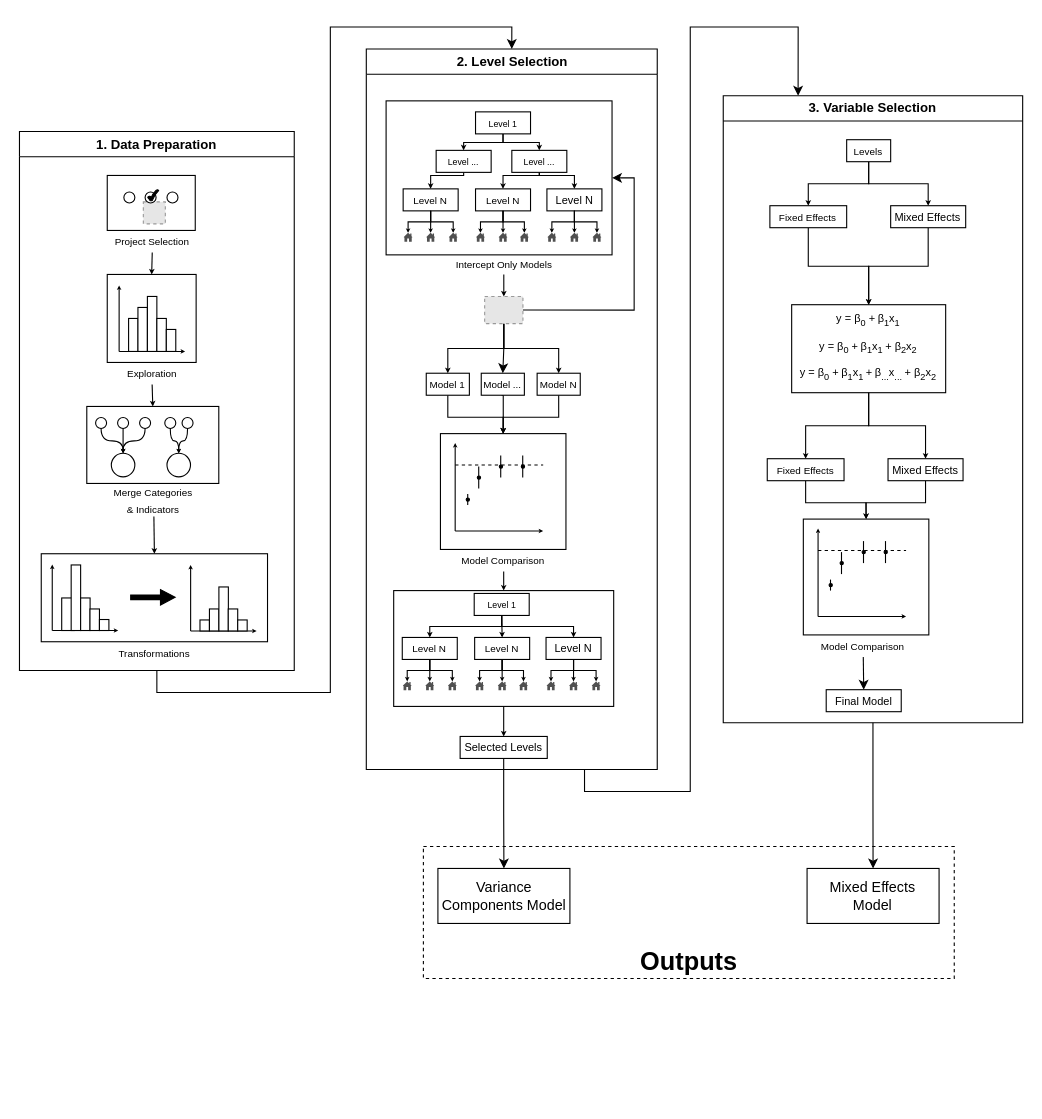
The draw.io diagram diagrams/analysis-diagram.drawio in l-gorman/chapter-6-analysis, before the edit. Source tidied: cells renumbered, new cells numbered last; positions are measured from the earlier drawing's top-left corner, leaving out a move shared by most shapes. Both pictures are drawn from the tidied source at 110%, with x=0, y=0 at pixel (19, 48). Pictures stored in the file or linked from it are replaced by grey dashed boxes.
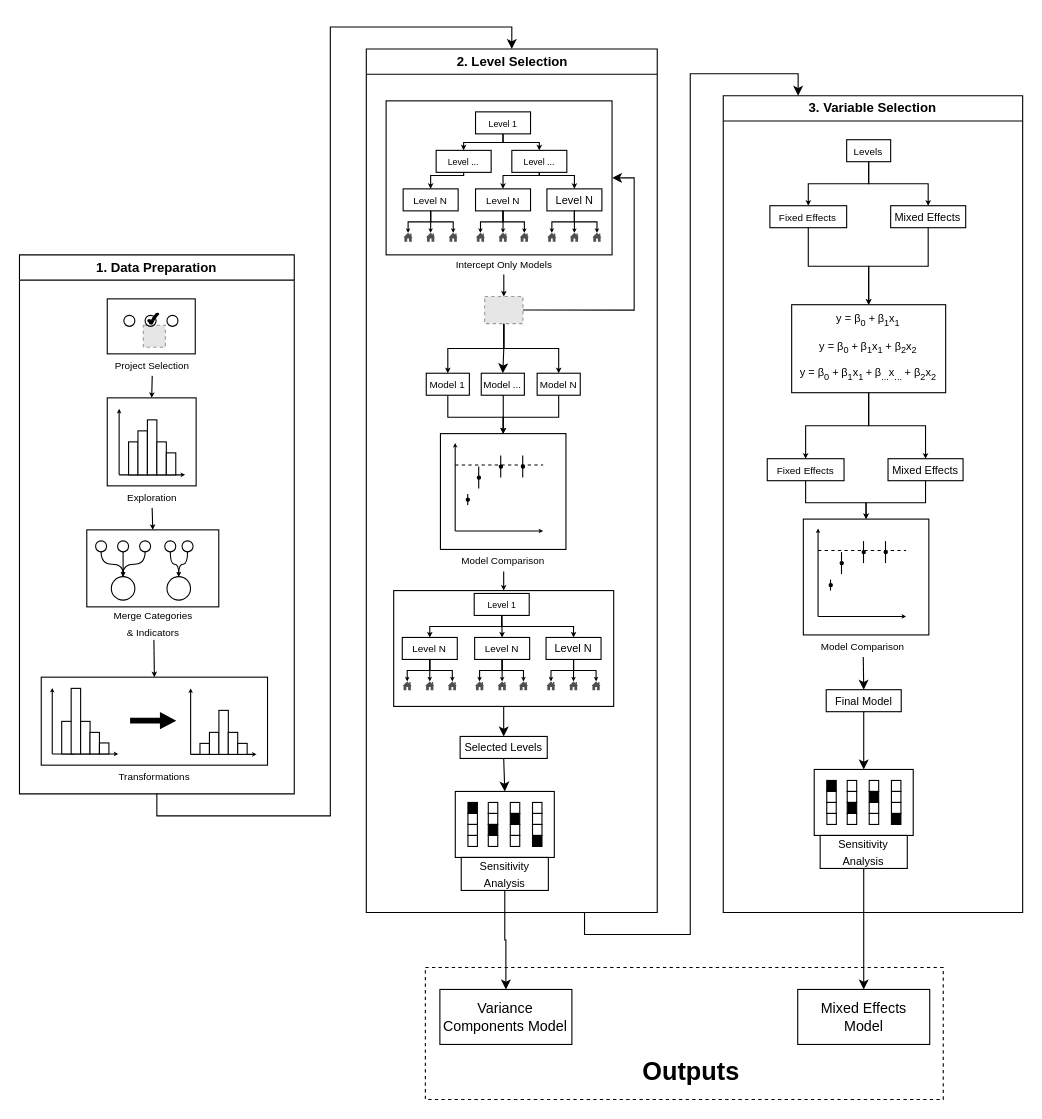
Above is the later version.

Commit message (it also covers changes not shown here):
adding initial sensitivity analysis

Unchanged cells that the change refers to:
```xml
<mxCell id="153" value="&lt;font size=&quot;1&quot;&gt;Selected Levels&lt;/font&gt;" style="rounded=0;whiteSpace=wrap;html=1;" parent="152" vertex="1">
  <mxGeometry x="85.3" y="625" width="79.2" height="20" as="geometry" />
</mxCell>
<mxCell id="155" style="rounded=0;whiteSpace=wrap;html=1;fillColor=none;" parent="152" vertex="1">
  <mxGeometry x="24.9" y="492.4" width="200" height="105.3" as="geometry" />
</mxCell>
<mxCell id="162" value="&lt;font size=&quot;1&quot;&gt;Final Model&lt;/font&gt;" style="rounded=0;whiteSpace=wrap;html=1;" parent="157" vertex="1">
  <mxGeometry x="93.6" y="540" width="68.2" height="20" as="geometry" />
</mxCell>
```

Change to the diagram source:
```diff
@@
     <mxCell id="2" style="rounded=0;whiteSpace=wrap;html=1;dashed=1;" parent="1" vertex="1">
-      <mxGeometry x="367.4" y="725" width="482.6" height="120" as="geometry" />
+      <mxGeometry x="369.2" y="835" width="470.8" height="120" as="geometry" />
     </mxCell>
@@
     <mxCell id="4" style="rounded=0;whiteSpace=wrap;html=1;fillColor=none;" parent="1" vertex="1">
-      <mxGeometry x="61.4" y="325" width="120" height="70" as="geometry" />
+      <mxGeometry x="61.4" y="437.2" width="120" height="70" as="geometry" />
     </mxCell>
     <mxCell id="5" style="rounded=0;whiteSpace=wrap;html=1;fillColor=none;" parent="1" vertex="1">
-      <mxGeometry x="80" y="205" width="80.8" height="80" as="geometry" />
+      <mxGeometry x="80" y="317.2" width="80.8" height="80" as="geometry" />
     </mxCell>
     <mxCell id="6" style="group;" parent="1" vertex="1">
-      <mxGeometry x="90.8" y="215" width="60" height="60" as="geometry" />
+      <mxGeometry x="90.8" y="327.2" width="60" height="60" as="geometry" />
     </mxCell>
@@
     <mxCell id="15" value="&lt;font style=&quot;font-size: 9px;&quot;&gt;Exploration&lt;/font&gt;" style="text;html=1;strokeColor=none;fillColor=none;align=center;verticalAlign=middle;whiteSpace=wrap;rounded=0;" parent="1" vertex="1">
-      <mxGeometry x="70.8" y="285" width="100" height="20" as="geometry" />
+      <mxGeometry x="70.8" y="397.2" width="100" height="20" as="geometry" />
     </mxCell>
     <mxCell id="16" style="ellipse;whiteSpace=wrap;html=1;" parent="1" vertex="1">
-      <mxGeometry x="148" y="335" width="10" height="10" as="geometry" />
+      <mxGeometry x="148" y="447.2" width="10" height="10" as="geometry" />
     </mxCell>
     <mxCell id="17" style="ellipse;whiteSpace=wrap;html=1;" parent="1" vertex="1">
-      <mxGeometry x="132.3" y="335" width="10" height="10" as="geometry" />
+      <mxGeometry x="132.3" y="447.2" width="10" height="10" as="geometry" />
     </mxCell>
     <mxCell id="18" style="ellipse;whiteSpace=wrap;html=1;" parent="1" vertex="1">
-      <mxGeometry x="109.4" y="335" width="10" height="10" as="geometry" />
+      <mxGeometry x="109.4" y="447.2" width="10" height="10" as="geometry" />
     </mxCell>
     <mxCell id="19" style="ellipse;whiteSpace=wrap;html=1;" parent="1" vertex="1">
-      <mxGeometry x="134.3" y="367.6" width="21.4" height="21.4" as="geometry" />
+      <mxGeometry x="134.3" y="479.7" width="21.4" height="21.4" as="geometry" />
     </mxCell>
     <mxCell id="20" style="ellipse;whiteSpace=wrap;html=1;" parent="1" vertex="1">
-      <mxGeometry x="83.7" y="367.6" width="21.4" height="21.4" as="geometry" />
+      <mxGeometry x="83.7" y="479.7" width="21.4" height="21.4" as="geometry" />
     </mxCell>
     <mxCell id="21" style="ellipse;whiteSpace=wrap;html=1;" parent="1" vertex="1">
-      <mxGeometry x="89.4" y="335" width="10" height="10" as="geometry" />
+      <mxGeometry x="89.4" y="447.2" width="10" height="10" as="geometry" />
     </mxCell>
     <mxCell id="22" style="ellipse;whiteSpace=wrap;html=1;" parent="1" vertex="1">
-      <mxGeometry x="69.4" y="335" width="10" height="10" as="geometry" />
+      <mxGeometry x="69.4" y="447.2" width="10" height="10" as="geometry" />
     </mxCell>
@@
     <mxCell id="29" value="&lt;font style=&quot;font-size: 9px;&quot;&gt;Merge Categories&lt;br&gt;&amp;amp; Indicators&lt;br&gt;&lt;/font&gt;" style="text;html=1;strokeColor=none;fillColor=none;align=center;verticalAlign=middle;whiteSpace=wrap;rounded=0;" parent="1" vertex="1">
-      <mxGeometry x="72.4" y="395" width="100" height="30" as="geometry" />
+      <mxGeometry x="72.4" y="507.2" width="100" height="30" as="geometry" />
     </mxCell>
     <mxCell id="30" style="rounded=0;whiteSpace=wrap;html=1;fillColor=none;" parent="1" vertex="1">
-      <mxGeometry x="80" y="115" width="80" height="50" as="geometry" />
+      <mxGeometry x="80" y="227.2" width="80" height="50" as="geometry" />
     </mxCell>
     <mxCell id="31" style="ellipse;whiteSpace=wrap;html=1;" parent="1" vertex="1">
-      <mxGeometry x="134.3" y="130" width="10" height="10" as="geometry" />
+      <mxGeometry x="134.3" y="242.2" width="10" height="10" as="geometry" />
     </mxCell>
     <mxCell id="32" style="ellipse;whiteSpace=wrap;html=1;" parent="1" vertex="1">
-      <mxGeometry x="95.1" y="130" width="10" height="10" as="geometry" />
+      <mxGeometry x="95.1" y="242.2" width="10" height="10" as="geometry" />
     </mxCell>
     <mxCell id="33" style="fillColor=#E6E6E6;strokeColor=#999999;dashed=1;html=1;verticalAlign=top;verticalLabelPosition=bottom;labelBackgroundColor=#ffffff;" parent="1" vertex="1">
-      <mxGeometry x="112.8" y="139" width="20" height="20" as="geometry" />
+      <mxGeometry x="112.8" y="251.2" width="20" height="20" as="geometry" />
     </mxCell>
@@
     <mxCell id="35" value="&lt;font style=&quot;font-size: 9px;&quot;&gt;Project Selection&lt;/font&gt;" style="text;html=1;strokeColor=none;fillColor=none;align=center;verticalAlign=middle;whiteSpace=wrap;rounded=0;" parent="1" vertex="1">
-      <mxGeometry x="70.9" y="165" width="100" height="20" as="geometry" />
+      <mxGeometry x="70.9" y="277.2" width="100" height="20" as="geometry" />
     </mxCell>
     <mxCell id="36" style="ellipse;whiteSpace=wrap;html=1;" parent="1" vertex="1">
-      <mxGeometry x="114.4" y="130" width="10" height="10" as="geometry" />
+      <mxGeometry x="114.4" y="242.2" width="10" height="10" as="geometry" />
     </mxCell>
     <mxCell id="37" style="verticalLabelPosition=bottom;verticalAlign=top;html=1;shape=mxgraph.basic.tick;fillColor=#000000;" parent="1" vertex="1">
-      <mxGeometry x="116.8" y="128" width="10" height="10" as="geometry" />
+      <mxGeometry x="116.8" y="240.2" width="10" height="10" as="geometry" />
     </mxCell>
@@
     <mxCell id="133" value="1. Data Preparation" style="swimlane;whiteSpace=wrap;html=1;" parent="1" vertex="1">
-      <mxGeometry x="0.2" y="75" width="249.8" height="490" as="geometry" />
+      <mxGeometry x="0.2" y="187.2" width="249.8" height="490" as="geometry" />
     </mxCell>
@@
     <mxCell id="152" value="2. Level Selection" style="swimlane;whiteSpace=wrap;html=1;" parent="1" vertex="1">
-      <mxGeometry x="315.5" width="264.5" height="655" as="geometry" />
+      <mxGeometry x="315.5" width="264.5" height="785" as="geometry" />
     </mxCell>
+    <mxCell id="181" style="edgeStyle=orthogonalEdgeStyle;rounded=0;jettySize=auto;html=1;endArrow=none;endFill=0;startArrow=classic;startFill=1;" parent="152" edge="1" source="153" target="155">
+      <mxGeometry relative="1" as="geometry" />
+    </mxCell>
+    <mxCell id="182" style="edgeStyle=orthogonalEdgeStyle;rounded=0;jettySize=auto;html=1;exitX=0.5;exitY=1;exitDx=0;exitDy=0;entryX=0.5;entryY=0;entryDx=0;entryDy=0;" parent="152" edge="1" source="153" target="183">
+      <mxGeometry relative="1" as="geometry" />
+    </mxCell>
@@
-    <mxCell id="154" style="edgeStyle=orthogonalEdgeStyle;rounded=0;jettySize=auto;html=1;exitX=0.5;exitY=1;exitDx=0;exitDy=0;entryX=0.5;entryY=0;entryDx=0;entryDy=0;endSize=2;" parent="152" edge="1" source="155" target="153">
-      <mxGeometry relative="1" as="geometry" />
-    </mxCell>
@@
-    <mxCell id="156" style="edgeStyle=orthogonalEdgeStyle;rounded=0;jettySize=auto;html=1;exitX=0.5;exitY=1;exitDx=0;exitDy=0;entryX=0.5;entryY=0;entryDx=0;entryDy=0;" parent="1" edge="1" source="157" target="179">
-      <mxGeometry relative="1" as="geometry" />
-    </mxCell>
+    <mxCell id="183" style="rounded=0;whiteSpace=wrap;html=1;" parent="152" vertex="1">
+      <mxGeometry x="80.9" y="675" width="90" height="60" as="geometry" />
+    </mxCell>
+    <mxCell id="184" style="rounded=0;whiteSpace=wrap;html=1;fillColor=#000000;" parent="152" vertex="1">
+      <mxGeometry x="92.4" y="685" width="8.6" height="10" as="geometry" />
+    </mxCell>
+    <mxCell id="185" style="rounded=0;whiteSpace=wrap;html=1;" parent="152" vertex="1">
+      <mxGeometry x="92.4" y="695" width="8.6" height="10" as="geometry" />
+    </mxCell>
+    <mxCell id="186" style="rounded=0;whiteSpace=wrap;html=1;" parent="152" vertex="1">
+      <mxGeometry x="92.4" y="705" width="8.6" height="10" as="geometry" />
+    </mxCell>
+    <mxCell id="187" style="rounded=0;whiteSpace=wrap;html=1;" parent="152" vertex="1">
+      <mxGeometry x="92.4" y="715" width="8.6" height="10" as="geometry" />
+    </mxCell>
+    <mxCell id="188" style="rounded=0;whiteSpace=wrap;html=1;" parent="152" vertex="1">
+      <mxGeometry x="110.9" y="685" width="8.6" height="10" as="geometry" />
+    </mxCell>
+    <mxCell id="189" style="rounded=0;whiteSpace=wrap;html=1;" parent="152" vertex="1">
+      <mxGeometry x="110.9" y="695" width="8.6" height="10" as="geometry" />
+    </mxCell>
+    <mxCell id="190" style="rounded=0;whiteSpace=wrap;html=1;fillColor=#000000;" parent="152" vertex="1">
+      <mxGeometry x="110.9" y="705" width="8.6" height="10" as="geometry" />
+    </mxCell>
+    <mxCell id="191" style="rounded=0;whiteSpace=wrap;html=1;" parent="152" vertex="1">
+      <mxGeometry x="110.9" y="715" width="8.6" height="10" as="geometry" />
+    </mxCell>
+    <mxCell id="192" style="rounded=0;whiteSpace=wrap;html=1;" parent="152" vertex="1">
+      <mxGeometry x="130.9" y="685" width="8.6" height="10" as="geometry" />
+    </mxCell>
+    <mxCell id="193" style="rounded=0;whiteSpace=wrap;html=1;fillColor=#000000;" parent="152" vertex="1">
+      <mxGeometry x="130.9" y="695" width="8.6" height="10" as="geometry" />
+    </mxCell>
+    <mxCell id="194" style="rounded=0;whiteSpace=wrap;html=1;" parent="152" vertex="1">
+      <mxGeometry x="130.9" y="705" width="8.6" height="10" as="geometry" />
+    </mxCell>
+    <mxCell id="195" style="rounded=0;whiteSpace=wrap;html=1;" parent="152" vertex="1">
+      <mxGeometry x="130.9" y="715" width="8.6" height="10" as="geometry" />
+    </mxCell>
+    <mxCell id="196" style="rounded=0;whiteSpace=wrap;html=1;" parent="152" vertex="1">
+      <mxGeometry x="151.1" y="685" width="8.6" height="10" as="geometry" />
+    </mxCell>
+    <mxCell id="197" style="rounded=0;whiteSpace=wrap;html=1;" parent="152" vertex="1">
+      <mxGeometry x="151.1" y="695" width="8.6" height="10" as="geometry" />
+    </mxCell>
+    <mxCell id="198" style="rounded=0;whiteSpace=wrap;html=1;" parent="152" vertex="1">
+      <mxGeometry x="151.1" y="705" width="8.6" height="10" as="geometry" />
+    </mxCell>
+    <mxCell id="199" style="rounded=0;whiteSpace=wrap;html=1;fillColor=#000000;" parent="152" vertex="1">
+      <mxGeometry x="151.1" y="715" width="8.6" height="10" as="geometry" />
+    </mxCell>
+    <mxCell id="200" value="&lt;font size=&quot;1&quot;&gt;Sensitivity Analysis&lt;/font&gt;" style="rounded=0;whiteSpace=wrap;html=1;" parent="152" vertex="1">
+      <mxGeometry x="86.3" y="735" width="79.2" height="30" as="geometry" />
+    </mxCell>
     <mxCell id="157" value="3. Variable Selection" style="swimlane;whiteSpace=wrap;html=1;" parent="1" vertex="1">
-      <mxGeometry x="640" y="42.5" width="272.2" height="570" as="geometry" />
+      <mxGeometry x="640" y="42.5" width="272.2" height="742.5" as="geometry" />
     </mxCell>
@@
+    <mxCell id="201" style="edgeStyle=orthogonalEdgeStyle;rounded=0;jettySize=auto;html=1;exitX=0.5;exitY=1;exitDx=0;exitDy=0;entryX=0.5;entryY=0;entryDx=0;entryDy=0;" parent="157" edge="1" source="162" target="202">
+      <mxGeometry relative="1" as="geometry" />
+    </mxCell>
@@
+    <mxCell id="202" style="rounded=0;whiteSpace=wrap;html=1;" parent="157" vertex="1">
+      <mxGeometry x="82.7" y="612.5" width="90" height="60" as="geometry" />
+    </mxCell>
+    <mxCell id="203" style="rounded=0;whiteSpace=wrap;html=1;fillColor=#000000;" parent="157" vertex="1">
+      <mxGeometry x="94.1" y="622.5" width="8.6" height="10" as="geometry" />
+    </mxCell>
+    <mxCell id="204" style="rounded=0;whiteSpace=wrap;html=1;" parent="157" vertex="1">
+      <mxGeometry x="94.1" y="632.5" width="8.6" height="10" as="geometry" />
+    </mxCell>
+    <mxCell id="205" style="rounded=0;whiteSpace=wrap;html=1;" parent="157" vertex="1">
+      <mxGeometry x="94.1" y="642.5" width="8.6" height="10" as="geometry" />
+    </mxCell>
+    <mxCell id="206" style="rounded=0;whiteSpace=wrap;html=1;" parent="157" vertex="1">
+      <mxGeometry x="94.2" y="652.5" width="8.6" height="10" as="geometry" />
+    </mxCell>
+    <mxCell id="207" style="rounded=0;whiteSpace=wrap;html=1;" parent="157" vertex="1">
+      <mxGeometry x="112.7" y="622.5" width="8.6" height="10" as="geometry" />
+    </mxCell>
+    <mxCell id="208" style="rounded=0;whiteSpace=wrap;html=1;" parent="157" vertex="1">
+      <mxGeometry x="112.7" y="632.5" width="8.6" height="10" as="geometry" />
+    </mxCell>
+    <mxCell id="209" style="rounded=0;whiteSpace=wrap;html=1;fillColor=#000000;" parent="157" vertex="1">
+      <mxGeometry x="112.7" y="642.5" width="8.6" height="10" as="geometry" />
+    </mxCell>
+    <mxCell id="210" style="rounded=0;whiteSpace=wrap;html=1;" parent="157" vertex="1">
+      <mxGeometry x="112.7" y="652.5" width="8.6" height="10" as="geometry" />
+    </mxCell>
+    <mxCell id="211" style="rounded=0;whiteSpace=wrap;html=1;" parent="157" vertex="1">
+      <mxGeometry x="132.7" y="622.5" width="8.6" height="10" as="geometry" />
+    </mxCell>
+    <mxCell id="212" style="rounded=0;whiteSpace=wrap;html=1;fillColor=#000000;" parent="157" vertex="1">
+      <mxGeometry x="132.7" y="632.5" width="8.6" height="10" as="geometry" />
+    </mxCell>
+    <mxCell id="213" style="rounded=0;whiteSpace=wrap;html=1;" parent="157" vertex="1">
+      <mxGeometry x="132.7" y="642.5" width="8.6" height="10" as="geometry" />
+    </mxCell>
+    <mxCell id="214" style="rounded=0;whiteSpace=wrap;html=1;" parent="157" vertex="1">
+      <mxGeometry x="132.7" y="652.5" width="8.6" height="10" as="geometry" />
+    </mxCell>
+    <mxCell id="215" style="rounded=0;whiteSpace=wrap;html=1;" parent="157" vertex="1">
+      <mxGeometry x="152.9" y="622.5" width="8.6" height="10" as="geometry" />
+    </mxCell>
+    <mxCell id="216" style="rounded=0;whiteSpace=wrap;html=1;" parent="157" vertex="1">
+      <mxGeometry x="152.9" y="632.5" width="8.6" height="10" as="geometry" />
+    </mxCell>
+    <mxCell id="217" style="rounded=0;whiteSpace=wrap;html=1;" parent="157" vertex="1">
+      <mxGeometry x="152.9" y="642.5" width="8.6" height="10" as="geometry" />
+    </mxCell>
+    <mxCell id="218" style="rounded=0;whiteSpace=wrap;html=1;fillColor=#000000;" parent="157" vertex="1">
+      <mxGeometry x="152.9" y="652.5" width="8.6" height="10" as="geometry" />
+    </mxCell>
+    <mxCell id="219" value="&lt;font size=&quot;1&quot;&gt;Sensitivity Analysis&lt;/font&gt;" style="rounded=0;whiteSpace=wrap;html=1;" parent="157" vertex="1">
+      <mxGeometry x="88.1" y="672.5" width="79.2" height="30" as="geometry" />
+    </mxCell>
     <mxCell id="177" value="&lt;font style=&quot;font-size: 13px;&quot;&gt;Variance Components Model&lt;/font&gt;" style="rounded=0;whiteSpace=wrap;html=1;" parent="1" vertex="1">
-      <mxGeometry x="380.6" y="745" width="120" height="50" as="geometry" />
+      <mxGeometry x="382.4" y="855" width="120" height="50" as="geometry" />
     </mxCell>
-    <mxCell id="178" style="edgeStyle=orthogonalEdgeStyle;rounded=0;jettySize=auto;html=1;exitX=0.5;exitY=1;exitDx=0;exitDy=0;" parent="1" edge="1" source="153" target="177">
-      <mxGeometry relative="1" as="geometry" />
-    </mxCell>
     <mxCell id="179" value="&lt;font style=&quot;font-size: 13px;&quot;&gt;Mixed Effects &lt;br&gt;Model&lt;/font&gt;" style="rounded=0;whiteSpace=wrap;html=1;" parent="1" vertex="1">
-      <mxGeometry x="716.2" y="745" width="120" height="50" as="geometry" />
+      <mxGeometry x="707.7" y="855" width="120" height="50" as="geometry" />
     </mxCell>
     <mxCell id="180" value="&lt;font size=&quot;1&quot; style=&quot;&quot;&gt;&lt;b style=&quot;font-size: 23px;&quot;&gt;Outputs&lt;/b&gt;&lt;/font&gt;" style="text;html=1;strokeColor=none;fillColor=none;align=center;verticalAlign=middle;whiteSpace=wrap;rounded=0;" parent="1" vertex="1">
-      <mxGeometry x="543.7" y="815" width="130" height="30" as="geometry" />
+      <mxGeometry x="545.5" y="915" width="130" height="30" as="geometry" />
     </mxCell>
+    <mxCell id="220" style="edgeStyle=orthogonalEdgeStyle;rounded=0;jettySize=auto;html=1;exitX=0.5;exitY=1;exitDx=0;exitDy=0;" parent="1" edge="1" source="200" target="177">
+      <mxGeometry relative="1" as="geometry" />
+    </mxCell>
+    <mxCell id="221" style="edgeStyle=orthogonalEdgeStyle;rounded=0;jettySize=auto;html=1;exitX=0.5;exitY=1;exitDx=0;exitDy=0;" parent="1" edge="1" source="219" target="179">
+      <mxGeometry relative="1" as="geometry" />
+    </mxCell>
```
